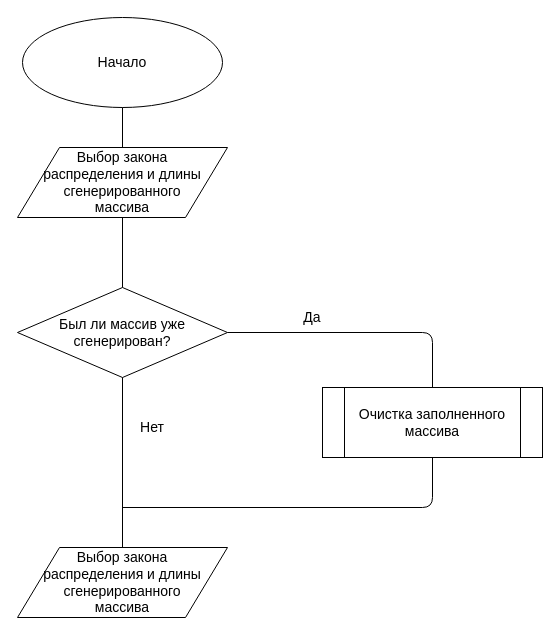
The draw.io diagram page "Page-2" (2 of 3) of Untitled Diagram.drawio in RostislavOl/schemas, before the edit. Source tidied: cells renumbered, new cells numbered last; positions are measured from the earlier drawing's top-left corner, leaving out a move shared by most shapes. Both pictures are drawn from the tidied source at 100%, with x=0, y=0 at pixel (17, 17).
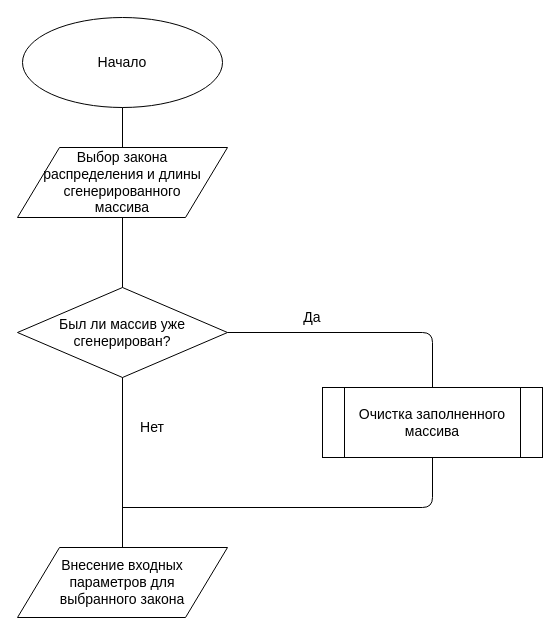
The same diagram, later.

The edit, as a diff of the source:
```diff
@@
 <mxGraphModel>
   <root>
     <mxCell id="0" />
     <mxCell id="1" parent="0" />
     <mxCell id="2" value="&lt;font style=&quot;font-size: 14px&quot;&gt;Начало&lt;/font&gt;" style="ellipse;whiteSpace=wrap;html=1;" parent="1" vertex="1">
       <mxGeometry x="5" width="200" height="90" as="geometry" />
     </mxCell>
     <mxCell id="3" value="&lt;font style=&quot;font-size: 14px&quot;&gt;Выбор закона &lt;br&gt;распределения и длины сгенерированного &lt;br&gt;массива&lt;/font&gt;&lt;br&gt;" style="shape=parallelogram;perimeter=parallelogramPerimeter;whiteSpace=wrap;html=1;" parent="1" vertex="1">
       <mxGeometry y="130" width="210" height="70" as="geometry" />
     </mxCell>
     <mxCell id="4" style="endArrow=none;html=1;entryX=0.5;entryY=1;entryDx=0;entryDy=0;exitX=0.5;exitY=0;exitDx=0;exitDy=0;" parent="1" edge="1" source="3" target="2">
       <mxGeometry relative="1" as="geometry" />
     </mxCell>
     <mxCell id="5" value="&lt;font style=&quot;font-size: 14px&quot;&gt;Был ли массив уже &lt;br&gt;сгенерирован?&lt;/font&gt;" style="rhombus;whiteSpace=wrap;html=1;" parent="1" vertex="1">
       <mxGeometry y="270" width="210" height="90" as="geometry" />
     </mxCell>
     <mxCell id="6" style="endArrow=none;html=1;entryX=0.5;entryY=1;entryDx=0;entryDy=0;exitX=0.5;exitY=0;exitDx=0;exitDy=0;" parent="1" edge="1" source="5" target="3">
       <mxGeometry relative="1" as="geometry" />
     </mxCell>
     <mxCell id="7" value="&lt;font style=&quot;font-size: 14px&quot;&gt;Очистка заполненного массива&lt;/font&gt;" style="shape=process;whiteSpace=wrap;html=1;backgroundOutline=1;" parent="1" vertex="1">
       <mxGeometry x="305" y="370" width="220" height="70" as="geometry" />
     </mxCell>
-    <mxCell id="8" value="&lt;font style=&quot;font-size: 14px&quot;&gt;Выбор закона &lt;br&gt;распределения и длины сгенерированного &lt;br&gt;массива&lt;/font&gt;&lt;br&gt;" style="shape=parallelogram;perimeter=parallelogramPerimeter;whiteSpace=wrap;html=1;" parent="1" vertex="1">
+    <mxCell id="8" value="&lt;span style=&quot;font-size: 14px&quot;&gt;Внесение входных &lt;br&gt;параметров для &lt;br&gt;выбранного закона&lt;/span&gt;&lt;br&gt;" style="shape=parallelogram;perimeter=parallelogramPerimeter;whiteSpace=wrap;html=1;" parent="1" vertex="1">
       <mxGeometry y="530" width="210" height="70" as="geometry" />
     </mxCell>
     <mxCell id="9" style="endArrow=none;html=1;entryX=0.5;entryY=1;entryDx=0;entryDy=0;exitX=0.5;exitY=0;exitDx=0;exitDy=0;" parent="1" edge="1" source="8" target="5">
       <mxGeometry relative="1" as="geometry" />
     </mxCell>
     <mxCell id="10" style="endArrow=none;html=1;entryX=1;entryY=0.5;entryDx=0;entryDy=0;exitX=0.5;exitY=0;exitDx=0;exitDy=0;" parent="1" edge="1" source="7" target="5">
       <mxGeometry relative="1" as="geometry">
         <Array as="points">
           <mxPoint x="415" y="315" />
         </Array>
       </mxGeometry>
     </mxCell>
     <mxCell id="11" style="endArrow=none;html=1;entryX=0.5;entryY=1;entryDx=0;entryDy=0;" parent="1" edge="1" target="7">
       <mxGeometry relative="1" as="geometry">
         <mxPoint x="105" y="490" as="sourcePoint" />
         <Array as="points">
           <mxPoint x="415" y="490" />
         </Array>
       </mxGeometry>
     </mxCell>
     <mxCell id="12" value="&lt;font style=&quot;font-size: 14px&quot;&gt;Нет&lt;/font&gt;" style="text;html=1;strokeColor=none;fillColor=none;align=center;verticalAlign=middle;whiteSpace=wrap;rounded=0;" parent="1" vertex="1">
       <mxGeometry x="115" y="400" width="40" height="20" as="geometry" />
     </mxCell>
     <mxCell id="13" value="&lt;font style=&quot;font-size: 14px&quot;&gt;Да&lt;/font&gt;" style="text;html=1;strokeColor=none;fillColor=none;align=center;verticalAlign=middle;whiteSpace=wrap;rounded=0;" parent="1" vertex="1">
       <mxGeometry x="275" y="290" width="40" height="20" as="geometry" />
     </mxCell>
   </root>
 </mxGraphModel>
```
